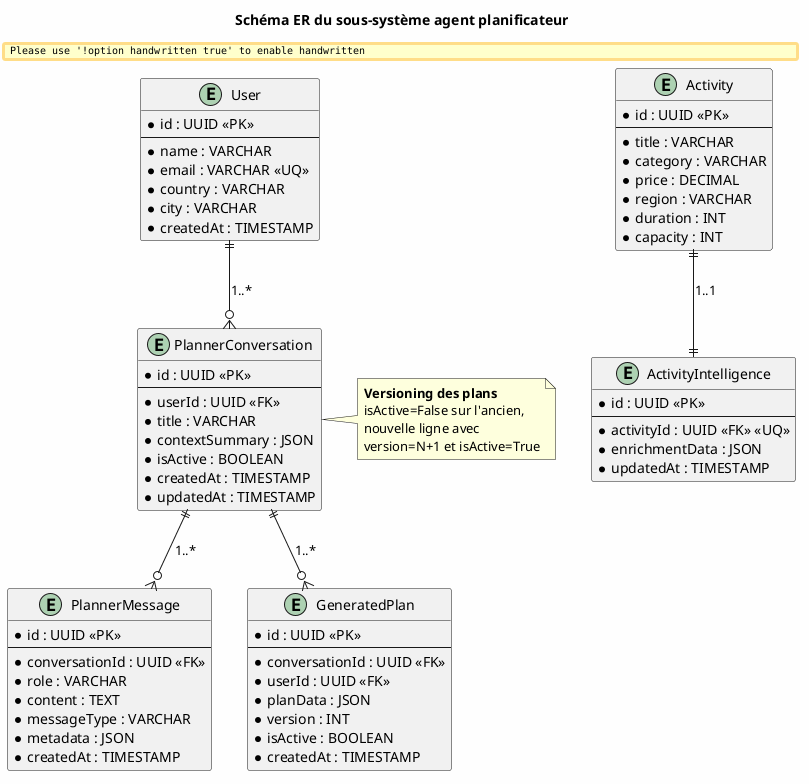
Earlier version of the PlantUML export diagrams/fig_03_er_diagram_planner.png (ahmed-addali/rapport). The source it was exported from:
```plantuml
@startuml
skinparam backgroundColor #FEFEFE
skinparam handwritten false
skinparam defaultFontName "Arial"

title Schéma ER du sous-système agent planificateur

!define table entity

entity "User" as User {
  * id : UUID <<PK>>
  --
  * name : VARCHAR
  * email : VARCHAR <<UQ>>
  * country : VARCHAR
  * city : VARCHAR
  * createdAt : TIMESTAMP
}

entity "PlannerConversation" as PC {
  * id : UUID <<PK>>
  --
  * userId : UUID <<FK>>
  * title : VARCHAR
  * contextSummary : JSON
  * isActive : BOOLEAN
  * createdAt : TIMESTAMP
  * updatedAt : TIMESTAMP
}

entity "PlannerMessage" as PM {
  * id : UUID <<PK>>
  --
  * conversationId : UUID <<FK>>
  * role : VARCHAR
  * content : TEXT
  * messageType : VARCHAR
  * metadata : JSON
  * createdAt : TIMESTAMP
}

entity "GeneratedPlan" as GP {
  * id : UUID <<PK>>
  --
  * conversationId : UUID <<FK>>
  * userId : UUID <<FK>>
  * planData : JSON
  * version : INT
  * isActive : BOOLEAN
  * createdAt : TIMESTAMP
}

entity "Activity" as Activity {
  * id : UUID <<PK>>
  --
  * title : VARCHAR
  * category : VARCHAR
  * price : DECIMAL
  * region : VARCHAR
  * duration : INT
  * capacity : INT
}

entity "ActivityIntelligence" as AI {
  * id : UUID <<PK>>
  --
  * activityId : UUID <<FK>> <<UQ>>
  * enrichmentData : JSON
  * updatedAt : TIMESTAMP
}

User ||--o{ PC : "1..*"
PC ||--o{ PM : "1..*"
PC ||--o{ GP : "1..*"
Activity ||--|| AI : "1..1"

note right of PC
  **Versioning des plans**
  isActive=False sur l'ancien,
  nouvelle ligne avec
  version=N+1 et isActive=True
end note

@enduml
```
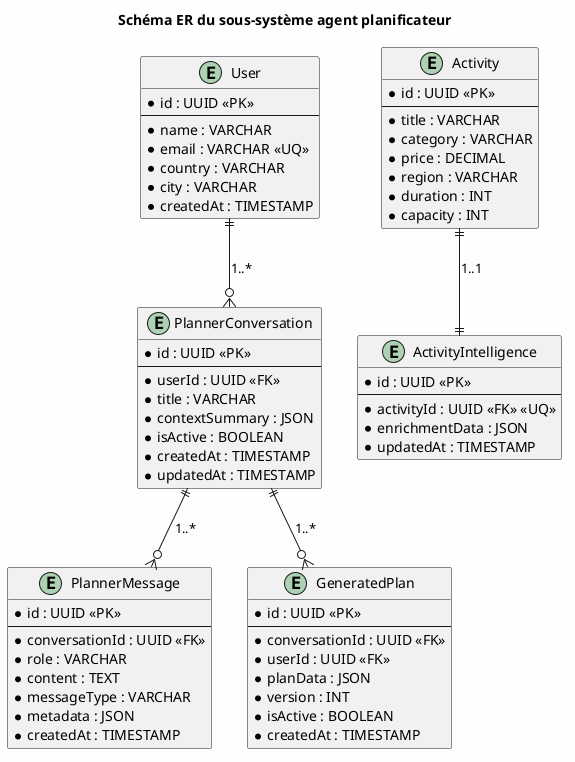
Later version of the same file.

The edit, as a diff of the source:
```diff
@@ -1,6 +1,6 @@
 @startuml
 skinparam backgroundColor #FEFEFE
-skinparam handwritten false
+
 skinparam defaultFontName "Arial"
 
 title Schéma ER du sous-système agent planificateur
@@ -74,11 +74,5 @@
 PC ||--o{ GP : "1..*"
 Activity ||--|| AI : "1..1"
 
-note right of PC
-  **Versioning des plans**
-  isActive=False sur l'ancien,
-  nouvelle ligne avec
-  version=N+1 et isActive=True
-end note
 
 @enduml
```
